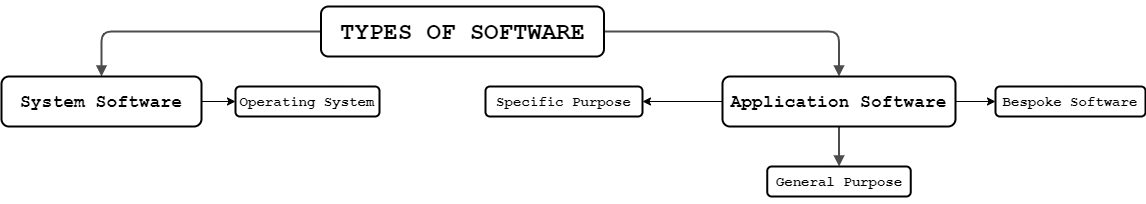
The draw.io diagram CA_practical_asignment.png in JXTK/app.diagrams.net, before a commit. Source tidied: cells renumbered, new cells last; positions are measured from the earlier drawing's top-left corner, leaving out a move shared by most shapes.
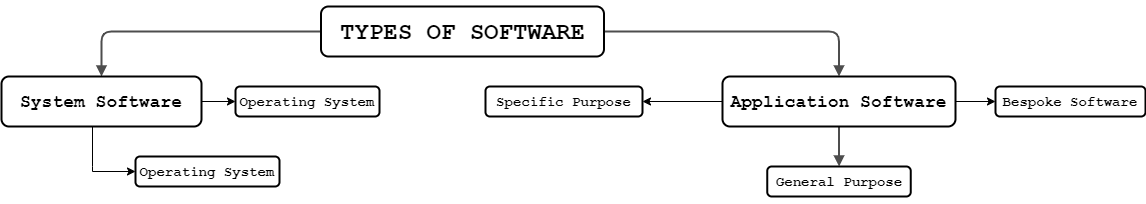
The same file after the commit.

What changed in the source:
```diff
@@ -38,8 +38,20 @@
     <mxCell id="13" value="&lt;h3&gt;&lt;font face=&quot;Courier New&quot;&gt;Bespoke Software&lt;/font&gt;&lt;/h3&gt;" style="whiteSpace=wrap;html=1;rounded=1;shadow=0;comic=0;strokeWidth=2;fontFamily=Verdana;align=center;fontSize=12;fontStyle=1;" parent="1" vertex="1">
       <mxGeometry x="994" y="80" width="150" height="30" as="geometry" />
     </mxCell>
+    <mxCell id="15" style="edgeStyle=orthogonalEdgeStyle;rounded=0;jettySize=auto;html=1;" parent="1" edge="1" target="16">
+      <mxGeometry relative="1" as="geometry">
+        <mxPoint x="91" y="120" as="sourcePoint" />
+        <Array as="points">
+          <mxPoint x="91" y="160" />
+          <mxPoint x="91" y="160" />
+        </Array>
+      </mxGeometry>
+    </mxCell>
     <mxCell id="14" value="&lt;h3&gt;&lt;font face=&quot;Courier New&quot;&gt;Operating System&lt;/font&gt;&lt;/h3&gt;" style="whiteSpace=wrap;html=1;rounded=1;shadow=0;comic=0;strokeWidth=2;fontFamily=Verdana;align=center;fontSize=12;fontStyle=1;" parent="1" vertex="1">
       <mxGeometry x="234" y="80" width="144" height="30" as="geometry" />
     </mxCell>
+    <mxCell id="16" value="&lt;h3&gt;&lt;font face=&quot;Courier New&quot;&gt;Operating System&lt;/font&gt;&lt;/h3&gt;" style="whiteSpace=wrap;html=1;rounded=1;shadow=0;comic=0;strokeWidth=2;fontFamily=Verdana;align=center;fontSize=12;fontStyle=1;" parent="1" vertex="1">
+      <mxGeometry x="134" y="150" width="144" height="30" as="geometry" />
+    </mxCell>
   </root>
 </mxGraphModel>
```
